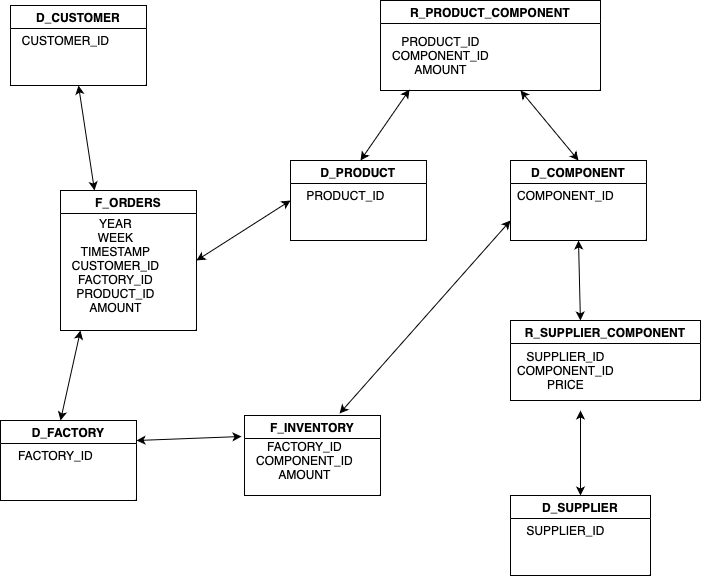
paukkroa/TIJO.324-Dataproj keeps this draw.io diagram as tijo_324_datamodel.png. Above is the earlier version. Source tidied: cells renumbered, new cells last; positions are measured from the earlier drawing's top-left corner, leaving out a move shared by most shapes.
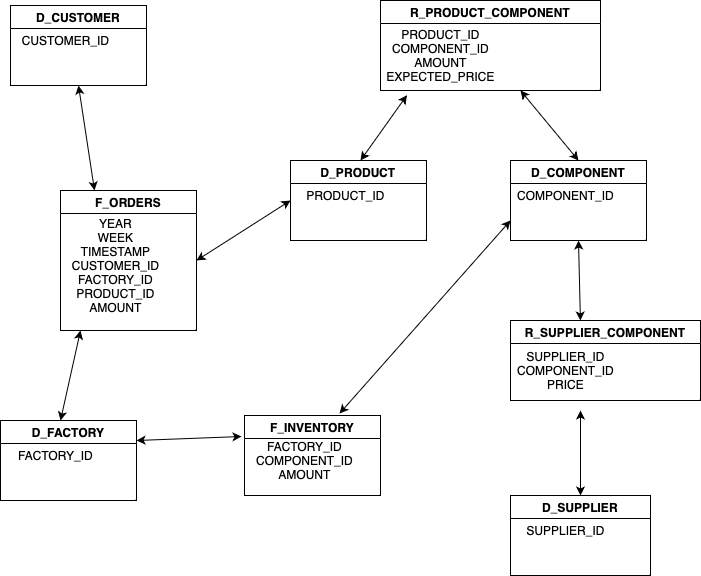
Above is the later version.

Change to the diagram source:
```diff
@@ -35,8 +35,8 @@
     <mxCell id="12" value="R_PRODUCT_COMPONENT" style="swimlane;whiteSpace=wrap;html=1;" parent="1" vertex="1">
       <mxGeometry x="380" width="220" height="90" as="geometry" />
     </mxCell>
-    <mxCell id="13" value="PRODUCT_ID&lt;div&gt;COMPONENT_ID&lt;/div&gt;&lt;div&gt;AMOUNT&lt;/div&gt;" style="text;html=1;align=center;verticalAlign=middle;points=[];strokeColor=none;fillColor=none;" parent="12" vertex="1">
-      <mxGeometry y="25" width="120" height="60" as="geometry" />
+    <mxCell id="13" value="PRODUCT_ID&lt;div&gt;COMPONENT_ID&lt;/div&gt;&lt;div&gt;AMOUNT&lt;/div&gt;&lt;div&gt;EXPECTED_PRICE&lt;/div&gt;" style="text;html=1;align=center;verticalAlign=middle;points=[];strokeColor=none;fillColor=none;" parent="12" vertex="1">
+      <mxGeometry x="-5" y="20" width="130" height="70" as="geometry" />
     </mxCell>
     <mxCell id="14" style="endArrow=classic;startArrow=classic;html=1;rounded=0;entryX=0.242;entryY=1.067;entryDx=0;entryDy=0;entryPerimeter=0;" parent="1" edge="1" target="13">
       <mxGeometry relative="1" as="geometry">
```
